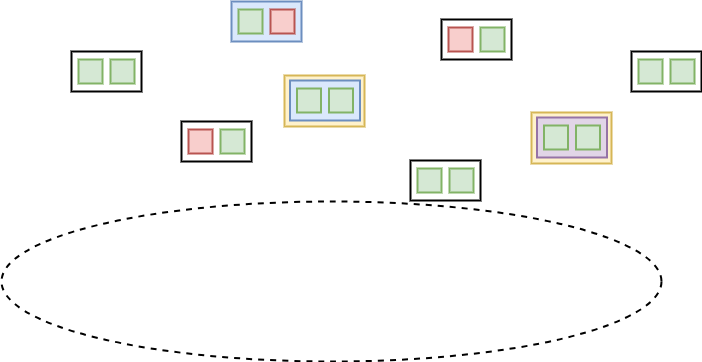
Earlier version of the draw.io export 名称未設定ファイル.drawio.png (Creammilky/draw.io). Source tidied: cells renumbered, new cells last; positions are measured from the earlier drawing's top-left corner, leaving out a move shared by most shapes.
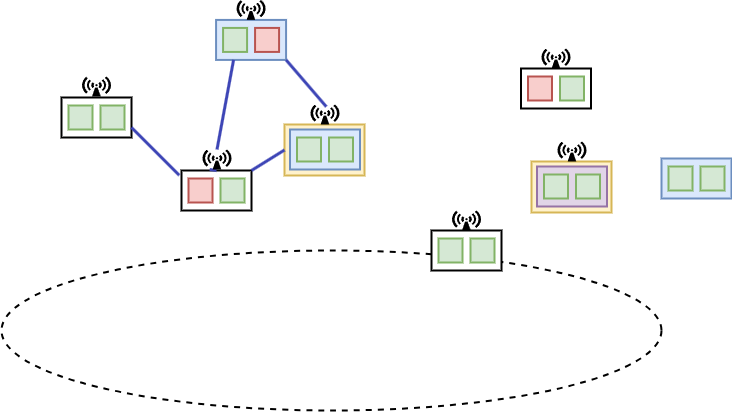
After the change.

Commit message:
simp_net

What changed in the source:
```diff
@@ -9,13 +9,13 @@
       <mxGeometry y="200" width="660" height="160" as="geometry" />
     </mxCell>
     <mxCell id="4" style="rounded=0;whiteSpace=wrap;html=1;strokeWidth=2;" parent="1" vertex="1">
-      <mxGeometry x="70" y="50" width="70" height="40" as="geometry" />
+      <mxGeometry x="60" y="47" width="70" height="40" as="geometry" />
     </mxCell>
     <mxCell id="5" style="whiteSpace=wrap;html=1;strokeWidth=2;fillColor=#d5e8d4;strokeColor=#82b366;" parent="1" vertex="1">
-      <mxGeometry x="77" y="58" width="24" height="24" as="geometry" />
+      <mxGeometry x="67" y="55" width="24" height="24" as="geometry" />
     </mxCell>
     <mxCell id="6" style="whiteSpace=wrap;html=1;strokeWidth=2;fillColor=#d5e8d4;strokeColor=#82b366;" parent="1" vertex="1">
-      <mxGeometry x="109" y="58" width="24" height="24" as="geometry" />
+      <mxGeometry x="99" y="55" width="24" height="24" as="geometry" />
     </mxCell>
     <mxCell id="7" style="rounded=0;whiteSpace=wrap;html=1;strokeWidth=2;" parent="1" vertex="1">
       <mxGeometry x="180" y="120" width="70" height="40" as="geometry" />
@@ -27,13 +27,13 @@
       <mxGeometry x="219" y="128" width="24" height="24" as="geometry" />
     </mxCell>
     <mxCell id="10" style="rounded=0;whiteSpace=wrap;html=1;strokeWidth=2;fillColor=#dae8fc;strokeColor=#6c8ebf;" parent="1" vertex="1">
-      <mxGeometry x="230" width="70" height="40" as="geometry" />
+      <mxGeometry x="214.6" y="-30.6" width="70" height="40" as="geometry" />
     </mxCell>
     <mxCell id="11" style="whiteSpace=wrap;html=1;strokeWidth=2;fillColor=#d5e8d4;strokeColor=#82b366;" parent="1" vertex="1">
-      <mxGeometry x="237" y="8" width="24" height="24" as="geometry" />
+      <mxGeometry x="221.6" y="-22.6" width="24" height="24" as="geometry" />
     </mxCell>
     <mxCell id="12" style="whiteSpace=wrap;html=1;strokeWidth=2;fillColor=#f8cecc;strokeColor=#b85450;" parent="1" vertex="1">
-      <mxGeometry x="269" y="8" width="24" height="24" as="geometry" />
+      <mxGeometry x="253.6" y="-22.6" width="24" height="24" as="geometry" />
     </mxCell>
     <mxCell id="13" style="rounded=0;whiteSpace=wrap;html=1;strokeWidth=2;fillColor=#dae8fc;strokeColor=#6c8ebf;" parent="1" vertex="1">
       <mxGeometry x="288.5" y="79" width="70" height="40" as="geometry" />
@@ -45,31 +45,31 @@
       <mxGeometry x="327.5" y="87" width="24" height="24" as="geometry" />
     </mxCell>
     <mxCell id="16" style="rounded=0;whiteSpace=wrap;html=1;strokeWidth=2;" parent="1" vertex="1">
-      <mxGeometry x="440" y="18" width="70" height="40" as="geometry" />
+      <mxGeometry x="519.5" y="18" width="70" height="40" as="geometry" />
     </mxCell>
     <mxCell id="17" style="whiteSpace=wrap;html=1;strokeWidth=2;fillColor=#f8cecc;strokeColor=#b85450;" parent="1" vertex="1">
-      <mxGeometry x="447" y="26" width="24" height="24" as="geometry" />
+      <mxGeometry x="526.5" y="26" width="24" height="24" as="geometry" />
     </mxCell>
     <mxCell id="18" style="whiteSpace=wrap;html=1;strokeWidth=2;fillColor=#d5e8d4;strokeColor=#82b366;" parent="1" vertex="1">
-      <mxGeometry x="479" y="26" width="24" height="24" as="geometry" />
+      <mxGeometry x="558.5" y="26" width="24" height="24" as="geometry" />
     </mxCell>
     <mxCell id="19" style="rounded=0;whiteSpace=wrap;html=1;strokeWidth=2;" parent="1" vertex="1">
-      <mxGeometry x="409" y="159" width="70" height="40" as="geometry" />
+      <mxGeometry x="430" y="180" width="70" height="40" as="geometry" />
     </mxCell>
     <mxCell id="20" style="whiteSpace=wrap;html=1;strokeWidth=2;fillColor=#d5e8d4;strokeColor=#82b366;" parent="1" vertex="1">
-      <mxGeometry x="416" y="167" width="24" height="24" as="geometry" />
+      <mxGeometry x="437" y="188" width="24" height="24" as="geometry" />
     </mxCell>
     <mxCell id="21" style="whiteSpace=wrap;html=1;strokeWidth=2;fillColor=#d5e8d4;strokeColor=#82b366;" parent="1" vertex="1">
-      <mxGeometry x="448" y="167" width="24" height="24" as="geometry" />
+      <mxGeometry x="469" y="188" width="24" height="24" as="geometry" />
     </mxCell>
-    <mxCell id="22" style="rounded=0;whiteSpace=wrap;html=1;strokeWidth=2;" parent="1" vertex="1">
-      <mxGeometry x="630" y="50" width="70" height="40" as="geometry" />
+    <mxCell id="22" style="rounded=0;whiteSpace=wrap;html=1;strokeWidth=2;fillColor=#dae8fc;strokeColor=#6c8ebf;" parent="1" vertex="1">
+      <mxGeometry x="660" y="108" width="70" height="40" as="geometry" />
     </mxCell>
     <mxCell id="23" style="whiteSpace=wrap;html=1;strokeWidth=2;fillColor=#d5e8d4;strokeColor=#82b366;" parent="1" vertex="1">
-      <mxGeometry x="637" y="58" width="24" height="24" as="geometry" />
+      <mxGeometry x="667" y="116" width="24" height="24" as="geometry" />
     </mxCell>
     <mxCell id="24" style="whiteSpace=wrap;html=1;strokeWidth=2;fillColor=#d5e8d4;strokeColor=#82b366;" parent="1" vertex="1">
-      <mxGeometry x="669" y="58" width="24" height="24" as="geometry" />
+      <mxGeometry x="699" y="116" width="24" height="24" as="geometry" />
     </mxCell>
     <mxCell id="25" style="rounded=0;whiteSpace=wrap;html=1;strokeWidth=2;fillStyle=auto;labelBackgroundColor=none;strokeColor=#d6b656;fillColor=#fff2cc;" parent="1" vertex="1">
       <mxGeometry x="530" y="111" width="80" height="51" as="geometry" />
@@ -83,5 +83,41 @@
     <mxCell id="28" style="whiteSpace=wrap;html=1;strokeWidth=2;fillColor=#d5e8d4;strokeColor=#82b366;" parent="1" vertex="1">
       <mxGeometry x="574.5" y="124" width="24" height="24" as="geometry" />
     </mxCell>
+    <mxCell id="29" style="endArrow=none;html=1;rounded=0;entryX=0;entryY=0.5;entryDx=0;entryDy=0;exitX=1;exitY=0;exitDx=0;exitDy=0;strokeWidth=3;strokeColor=#3e46b6;" parent="1" edge="1" source="7" target="2">
+      <mxGeometry relative="1" as="geometry" />
+    </mxCell>
+    <mxCell id="30" style="endArrow=none;html=1;rounded=0;entryX=-0.032;entryY=0.119;entryDx=0;entryDy=0;exitX=1;exitY=0.75;exitDx=0;exitDy=0;strokeWidth=3;strokeColor=#3e46b6;entryPerimeter=0;" parent="1" edge="1" source="4" target="7">
+      <mxGeometry relative="1" as="geometry" />
+    </mxCell>
+    <mxCell id="31" style="endArrow=none;html=1;rounded=0;entryX=0.545;entryY=0.11;entryDx=0;entryDy=0;exitX=1;exitY=1;exitDx=0;exitDy=0;strokeWidth=3;strokeColor=#3e46b6;entryPerimeter=0;" parent="1" edge="1" source="10" target="37">
+      <mxGeometry relative="1" as="geometry" />
+    </mxCell>
+    <mxCell id="32" style="endArrow=none;html=1;rounded=0;entryX=0.25;entryY=1;entryDx=0;entryDy=0;exitX=0.5;exitY=0;exitDx=0;exitDy=0;strokeWidth=3;strokeColor=#3e46b6;" parent="1" edge="1" source="36" target="10">
+      <mxGeometry relative="1" as="geometry" />
+    </mxCell>
+    <mxCell id="33" style="shape=mxgraph.signs.safety.non-ionizing_radiation;html=1;fillColor=#000000;strokeColor=none;verticalLabelPosition=bottom;verticalAlign=top;align=center;sketch=0;strokeWidth=1;fillStyle=auto;" parent="1" vertex="1">
+      <mxGeometry x="80.5" y="26" width="29" height="20" as="geometry" />
+    </mxCell>
+    <mxCell id="34" style="shape=mxgraph.signs.safety.non-ionizing_radiation;html=1;fillColor=#000000;strokeColor=none;verticalLabelPosition=bottom;verticalAlign=top;align=center;sketch=0;strokeWidth=1;fillStyle=auto;" parent="1" vertex="1">
+      <mxGeometry x="235.1" y="-50.6" width="29" height="20" as="geometry" />
+    </mxCell>
+    <mxCell id="35" style="endArrow=none;html=1;rounded=0;entryX=0.25;entryY=1;entryDx=0;entryDy=0;exitX=0.5;exitY=0;exitDx=0;exitDy=0;strokeWidth=3;strokeColor=#3e46b6;" parent="1" edge="1" source="7" target="36">
+      <mxGeometry relative="1" as="geometry" />
+    </mxCell>
+    <mxCell id="36" style="shape=mxgraph.signs.safety.non-ionizing_radiation;html=1;fillColor=#000000;strokeColor=none;verticalLabelPosition=bottom;verticalAlign=top;align=center;sketch=0;strokeWidth=1;fillStyle=auto;" parent="1" vertex="1">
+      <mxGeometry x="201" y="99" width="29" height="20" as="geometry" />
+    </mxCell>
+    <mxCell id="37" style="shape=mxgraph.signs.safety.non-ionizing_radiation;html=1;fillColor=#000000;strokeColor=none;verticalLabelPosition=bottom;verticalAlign=top;align=center;sketch=0;strokeWidth=1;fillStyle=auto;" parent="1" vertex="1">
+      <mxGeometry x="309" y="54" width="29" height="20" as="geometry" />
+    </mxCell>
+    <mxCell id="38" style="shape=mxgraph.signs.safety.non-ionizing_radiation;html=1;fillColor=#000000;strokeColor=none;verticalLabelPosition=bottom;verticalAlign=top;align=center;sketch=0;strokeWidth=1;fillStyle=auto;" parent="1" vertex="1">
+      <mxGeometry x="450.5" y="160" width="29" height="20" as="geometry" />
+    </mxCell>
+    <mxCell id="39" style="shape=mxgraph.signs.safety.non-ionizing_radiation;html=1;fillColor=#000000;strokeColor=none;verticalLabelPosition=bottom;verticalAlign=top;align=center;sketch=0;strokeWidth=1;fillStyle=auto;" parent="1" vertex="1">
+      <mxGeometry x="540" y="-2" width="29" height="20" as="geometry" />
+    </mxCell>
+    <mxCell id="40" style="shape=mxgraph.signs.safety.non-ionizing_radiation;html=1;fillColor=#000000;strokeColor=none;verticalLabelPosition=bottom;verticalAlign=top;align=center;sketch=0;strokeWidth=1;fillStyle=auto;" parent="1" vertex="1">
+      <mxGeometry x="556" y="91" width="29" height="20" as="geometry" />
+    </mxCell>
   </root>
 </mxGraphModel>
```
